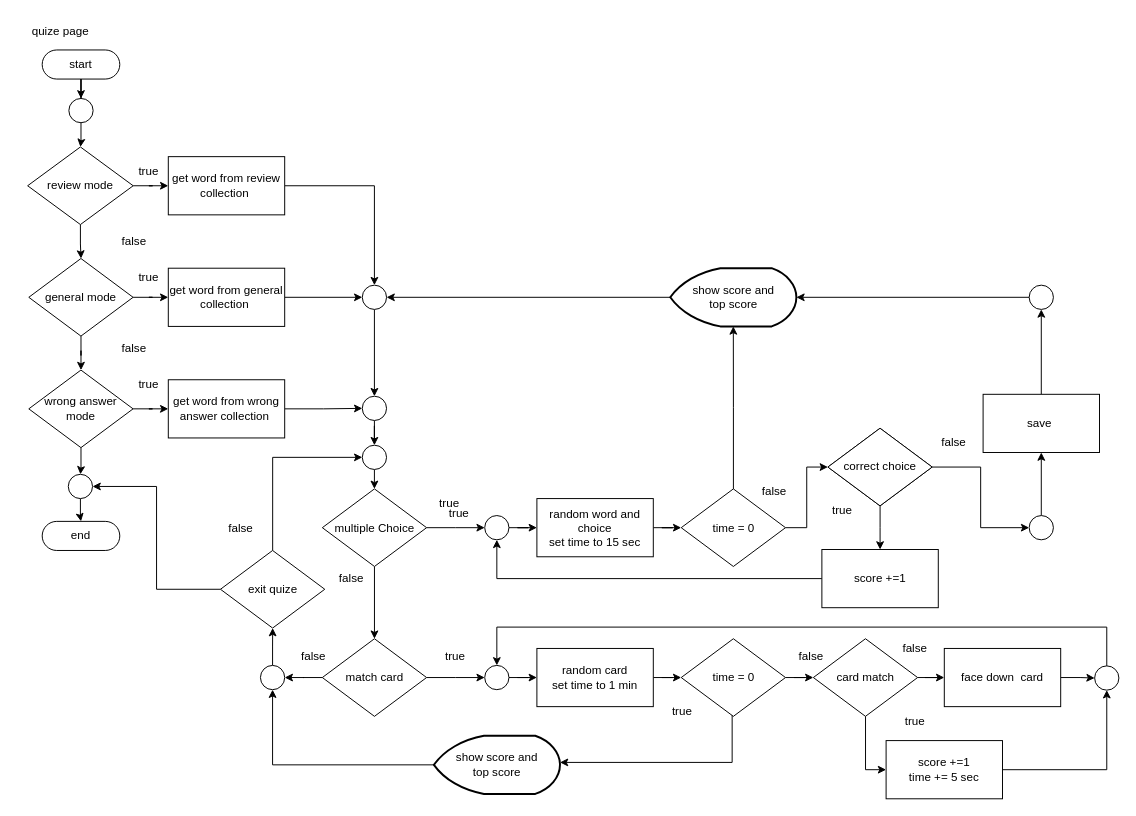
The draw.io diagram page "หน้า-3" (3 of 4) of FowChart.drawio in RachataS/translate_quize_demo, before the edit. Source tidied: cells renumbered, new cells numbered last; positions are measured from the earlier drawing's top-left corner, leaving out a move shared by most shapes. Both pictures are drawn from the tidied source at 97%, with x=0, y=0 at pixel (16, 16).
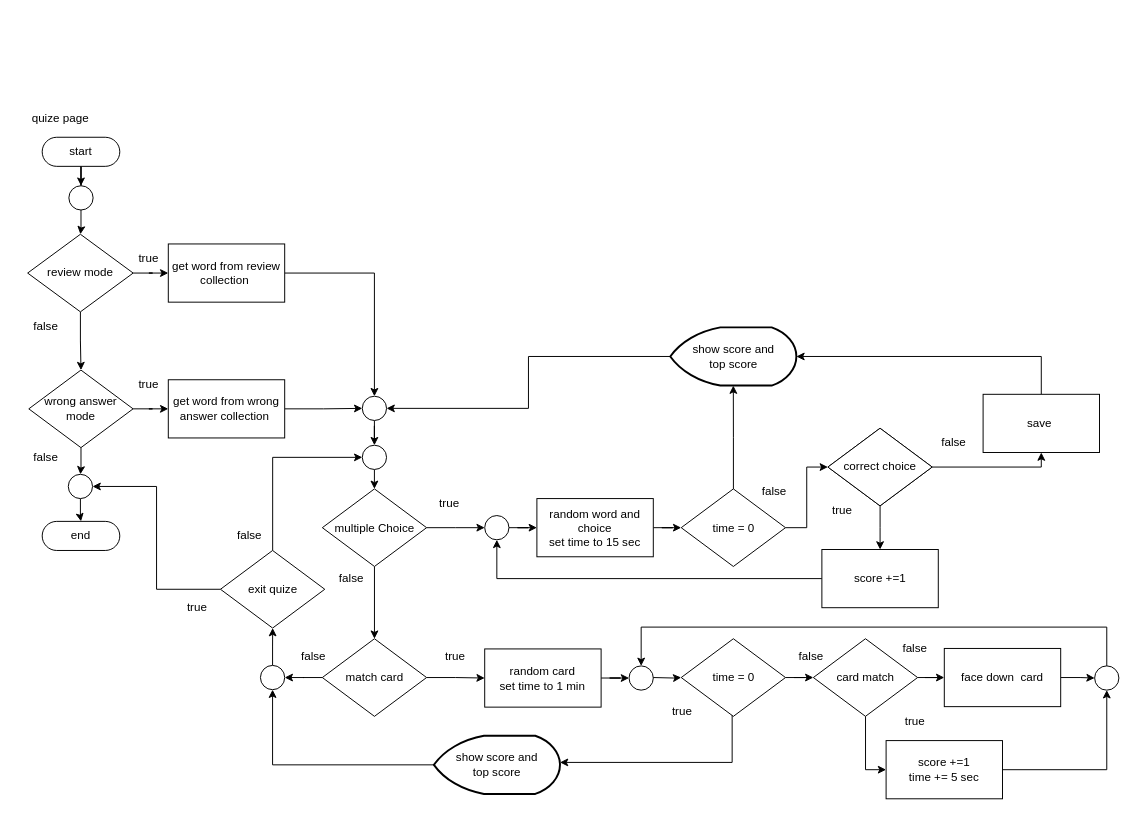
The same diagram, later.

Unchanged cells that the change refers to:
```xml
<mxCell id="16" value="wrong answer mode" style="rhombus;whiteSpace=wrap;html=1;dashed=0;" parent="1" vertex="1">
  <mxGeometry x="12.2" y="364" width="107.5" height="80" as="geometry" />
</mxCell>
<mxCell id="30" style="ellipse;whiteSpace=wrap;html=1;dashed=0;" parent="1" vertex="1">
  <mxGeometry x="356" y="391" width="25" height="25" as="geometry" />
</mxCell>
<mxCell id="36" value="match card" style="rhombus;whiteSpace=wrap;html=1;dashed=0;" parent="1" vertex="1">
  <mxGeometry x="314.8" y="641" width="107.5" height="80" as="geometry" />
</mxCell>
<mxCell id="54" value="correct choice" style="rhombus;whiteSpace=wrap;html=1;dashed=0;" parent="1" vertex="1">
  <mxGeometry x="836" y="424" width="107.5" height="80" as="geometry" />
</mxCell>
<mxCell id="58" value="save&amp;nbsp;" style="whiteSpace=wrap;html=1;dashed=0;" parent="1" vertex="1">
  <mxGeometry x="996" y="389" width="120" height="60" as="geometry" />
</mxCell>
<mxCell id="83" value="time = 0" style="rhombus;whiteSpace=wrap;html=1;dashed=0;" parent="1" vertex="1">
  <mxGeometry x="684.8" y="641" width="107.5" height="80" as="geometry" />
</mxCell>
<mxCell id="90" style="ellipse;whiteSpace=wrap;html=1;dashed=0;" parent="1" vertex="1">
  <mxGeometry x="1111" y="669" width="25" height="25" as="geometry" />
</mxCell>
```

Change to the diagram source:
```diff
@@
     <mxCell id="2" value="quize page" style="text;html=1;strokeColor=none;fillColor=none;align=center;verticalAlign=middle;whiteSpace=wrap;rounded=0;" parent="1" vertex="1">
-      <mxGeometry width="90" height="30" as="geometry" />
+      <mxGeometry y="90" width="90" height="30" as="geometry" />
     </mxCell>
@@
     <mxCell id="4" value="start" style="html=1;dashed=0;whiteSpace=wrap;shape=mxgraph.dfd.start;" parent="1" vertex="1">
-      <mxGeometry x="26" y="34" width="80" height="30" as="geometry" />
+      <mxGeometry x="26" y="124" width="80" height="30" as="geometry" />
     </mxCell>
@@
     <mxCell id="6" style="ellipse;whiteSpace=wrap;html=1;dashed=0;" parent="1" vertex="1">
-      <mxGeometry x="53.5" y="84" width="25" height="25" as="geometry" />
+      <mxGeometry x="53.5" y="174" width="25" height="25" as="geometry" />
     </mxCell>
-    <mxCell id="7" style="edgeStyle=orthogonalEdgeStyle;rounded=0;jettySize=auto;html=1;" parent="1" edge="1" source="9" target="12">
-      <mxGeometry relative="1" as="geometry" />
-    </mxCell>
@@
+    <mxCell id="99" style="edgeStyle=orthogonalEdgeStyle;rounded=0;jettySize=auto;html=1;" parent="1" edge="1" source="9" target="16">
+      <mxGeometry relative="1" as="geometry" />
+    </mxCell>
     <mxCell id="9" value="review mode" style="rhombus;whiteSpace=wrap;html=1;dashed=0;" parent="1" vertex="1">
-      <mxGeometry x="11" y="134" width="108.8" height="80" as="geometry" />
+      <mxGeometry x="11" y="224" width="108.8" height="80" as="geometry" />
     </mxCell>
-    <mxCell id="10" style="edgeStyle=orthogonalEdgeStyle;rounded=0;jettySize=auto;html=1;" parent="1" edge="1" source="12" target="16">
-      <mxGeometry relative="1" as="geometry" />
-    </mxCell>
-    <mxCell id="11" style="edgeStyle=orthogonalEdgeStyle;rounded=0;jettySize=auto;html=1;" parent="1" edge="1" source="12" target="21">
-      <mxGeometry relative="1" as="geometry" />
-    </mxCell>
-    <mxCell id="12" value="general mode" style="rhombus;whiteSpace=wrap;html=1;dashed=0;" parent="1" vertex="1">
-      <mxGeometry x="12.2" y="249" width="107.5" height="80" as="geometry" />
-    </mxCell>
     <mxCell id="13" value="false" style="text;html=1;strokeColor=none;fillColor=none;align=center;verticalAlign=middle;whiteSpace=wrap;rounded=0;" parent="1" vertex="1">
-      <mxGeometry x="91" y="216.5" width="60" height="30" as="geometry" />
+      <mxGeometry y="304" width="60" height="30" as="geometry" />
     </mxCell>
@@
-    <mxCell id="17" value="false" style="text;html=1;strokeColor=none;fillColor=none;align=center;verticalAlign=middle;whiteSpace=wrap;rounded=0;" parent="1" vertex="1">
-      <mxGeometry x="91" y="326.5" width="60" height="30" as="geometry" />
-    </mxCell>
-    <mxCell id="18" style="edgeStyle=orthogonalEdgeStyle;rounded=0;jettySize=auto;html=1;entryX=0.5;entryY=0;entryDx=0;entryDy=0;" parent="1" edge="1" source="19" target="28">
-      <mxGeometry relative="1" as="geometry" />
-    </mxCell>
+    <mxCell id="100" style="edgeStyle=orthogonalEdgeStyle;rounded=0;jettySize=auto;html=1;entryX=0.5;entryY=0;entryDx=0;entryDy=0;" parent="1" edge="1" source="19" target="30">
+      <mxGeometry relative="1" as="geometry" />
+    </mxCell>
     <mxCell id="19" value="get word from review collection&amp;nbsp;" style="whiteSpace=wrap;html=1;dashed=0;" parent="1" vertex="1">
-      <mxGeometry x="156" y="144" width="120" height="60" as="geometry" />
+      <mxGeometry x="156" y="234" width="120" height="60" as="geometry" />
     </mxCell>
-    <mxCell id="20" style="edgeStyle=orthogonalEdgeStyle;rounded=0;jettySize=auto;html=1;entryX=0;entryY=0.5;entryDx=0;entryDy=0;" parent="1" edge="1" source="21" target="28">
-      <mxGeometry relative="1" as="geometry" />
-    </mxCell>
-    <mxCell id="21" value="get word from general collection&amp;nbsp;" style="whiteSpace=wrap;html=1;dashed=0;" parent="1" vertex="1">
-      <mxGeometry x="156" y="259" width="120" height="60" as="geometry" />
-    </mxCell>
@@
     <mxCell id="24" value="true" style="text;html=1;strokeColor=none;fillColor=none;align=center;verticalAlign=middle;whiteSpace=wrap;rounded=0;" parent="1" vertex="1">
-      <mxGeometry x="106" y="144" width="60" height="30" as="geometry" />
+      <mxGeometry x="106" y="234" width="60" height="30" as="geometry" />
     </mxCell>
-    <mxCell id="25" value="true" style="text;html=1;strokeColor=none;fillColor=none;align=center;verticalAlign=middle;whiteSpace=wrap;rounded=0;" parent="1" vertex="1">
-      <mxGeometry x="106" y="254" width="60" height="30" as="geometry" />
-    </mxCell>
@@
-    <mxCell id="27" style="edgeStyle=orthogonalEdgeStyle;rounded=0;jettySize=auto;html=1;" parent="1" edge="1" source="28" target="30">
-      <mxGeometry relative="1" as="geometry" />
-    </mxCell>
-    <mxCell id="28" style="ellipse;whiteSpace=wrap;html=1;dashed=0;" parent="1" vertex="1">
-      <mxGeometry x="356" y="276.5" width="25" height="25" as="geometry" />
-    </mxCell>
@@
-    <mxCell id="34" style="edgeStyle=orthogonalEdgeStyle;rounded=0;jettySize=auto;html=1;" parent="1" edge="1" source="36">
-      <mxGeometry relative="1" as="geometry">
-        <mxPoint x="482.2" y="681" as="targetPoint" />
-      </mxGeometry>
-    </mxCell>
@@
+    <mxCell id="101" style="edgeStyle=orthogonalEdgeStyle;rounded=0;jettySize=auto;html=1;" parent="1" edge="1" source="36" target="80">
+      <mxGeometry relative="1" as="geometry" />
+    </mxCell>
@@
-    <mxCell id="45" style="edgeStyle=orthogonalEdgeStyle;rounded=0;jettySize=auto;html=1;" parent="1" edge="1" source="46" target="80">
-      <mxGeometry relative="1" as="geometry" />
-    </mxCell>
     <mxCell id="46" style="ellipse;whiteSpace=wrap;html=1;dashed=0;" parent="1" vertex="1">
-      <mxGeometry x="482.2" y="668.5" width="25" height="25" as="geometry" />
+      <mxGeometry x="631" y="669" width="25" height="25" as="geometry" />
     </mxCell>
@@
-    <mxCell id="52" style="edgeStyle=orthogonalEdgeStyle;rounded=0;jettySize=auto;html=1;entryX=0;entryY=0.5;entryDx=0;entryDy=0;" parent="1" edge="1" source="54" target="56">
-      <mxGeometry relative="1" as="geometry" />
-    </mxCell>
@@
+    <mxCell id="102" style="edgeStyle=orthogonalEdgeStyle;rounded=0;jettySize=auto;html=1;entryX=0.5;entryY=1;entryDx=0;entryDy=0;" parent="1" edge="1" source="54" target="58">
+      <mxGeometry relative="1" as="geometry">
+        <Array as="points">
+          <mxPoint x="1056" y="464" />
+        </Array>
+      </mxGeometry>
+    </mxCell>
@@
-    <mxCell id="55" style="edgeStyle=orthogonalEdgeStyle;rounded=0;jettySize=auto;html=1;" parent="1" edge="1" source="56" target="58">
-      <mxGeometry relative="1" as="geometry" />
-    </mxCell>
-    <mxCell id="56" style="ellipse;whiteSpace=wrap;html=1;dashed=0;" parent="1" vertex="1">
-      <mxGeometry x="1043.5" y="514" width="25" height="25" as="geometry" />
-    </mxCell>
-    <mxCell id="57" style="edgeStyle=orthogonalEdgeStyle;rounded=0;jettySize=auto;html=1;" parent="1" edge="1" source="58" target="69">
-      <mxGeometry relative="1" as="geometry" />
-    </mxCell>
+    <mxCell id="103" style="edgeStyle=orthogonalEdgeStyle;rounded=0;jettySize=auto;html=1;entryX=1;entryY=0.5;entryDx=0;entryDy=0;entryPerimeter=0;" parent="1" edge="1" source="58" target="63">
+      <mxGeometry relative="1" as="geometry">
+        <Array as="points">
+          <mxPoint x="1056" y="350" />
+        </Array>
+      </mxGeometry>
+    </mxCell>
@@
-    <mxCell id="62" style="edgeStyle=orthogonalEdgeStyle;rounded=0;jettySize=auto;html=1;entryX=1;entryY=0.5;entryDx=0;entryDy=0;" parent="1" edge="1" source="63" target="28">
-      <mxGeometry relative="1" as="geometry" />
-    </mxCell>
+    <mxCell id="104" style="edgeStyle=orthogonalEdgeStyle;rounded=0;jettySize=auto;html=1;entryX=1;entryY=0.5;entryDx=0;entryDy=0;" parent="1" edge="1" source="63" target="30">
+      <mxGeometry relative="1" as="geometry" />
+    </mxCell>
     <mxCell id="63" value="show score and &lt;br&gt;top score" style="strokeWidth=2;html=1;shape=mxgraph.flowchart.display;whiteSpace=wrap;" parent="1" vertex="1">
-      <mxGeometry x="673.5" y="259" width="130" height="60" as="geometry" />
+      <mxGeometry x="673.5" y="320" width="130" height="60" as="geometry" />
     </mxCell>
@@
-    <mxCell id="68" style="edgeStyle=orthogonalEdgeStyle;rounded=0;jettySize=auto;html=1;" parent="1" edge="1" source="69" target="63">
-      <mxGeometry relative="1" as="geometry" />
-    </mxCell>
-    <mxCell id="69" style="ellipse;whiteSpace=wrap;html=1;dashed=0;" parent="1" vertex="1">
-      <mxGeometry x="1043.5" y="276.5" width="25" height="25" as="geometry" />
-    </mxCell>
@@
-    <mxCell id="79" style="edgeStyle=orthogonalEdgeStyle;rounded=0;jettySize=auto;html=1;" parent="1" edge="1" source="80" target="83">
-      <mxGeometry relative="1" as="geometry" />
+    <mxCell id="79" style="edgeStyle=orthogonalEdgeStyle;rounded=0;jettySize=auto;html=1;" parent="1" edge="1" target="83">
+      <mxGeometry relative="1" as="geometry">
+        <mxPoint x="656" y="681" as="sourcePoint" />
+      </mxGeometry>
     </mxCell>
-    <mxCell id="80" value="random card&lt;br&gt;set time to 1 min" style="whiteSpace=wrap;html=1;dashed=0;" parent="1" vertex="1">
-      <mxGeometry x="536" y="651" width="120" height="60" as="geometry" />
-    </mxCell>
@@
     <mxCell id="89" style="edgeStyle=orthogonalEdgeStyle;rounded=0;jettySize=auto;html=1;entryX=0.5;entryY=0;entryDx=0;entryDy=0;" parent="1" edge="1" source="90" target="46">
       <mxGeometry relative="1" as="geometry">
         <Array as="points">
           <mxPoint x="1124" y="629" />
-          <mxPoint x="495" y="629" />
+          <mxPoint x="643" y="629" />
+          <mxPoint x="643" y="669" />
         </Array>
       </mxGeometry>
     </mxCell>
@@
     <mxCell id="97" value="false" style="text;html=1;strokeColor=none;fillColor=none;align=center;verticalAlign=middle;whiteSpace=wrap;rounded=0;" parent="1" vertex="1">
-      <mxGeometry x="201" y="511.5" width="60" height="30" as="geometry" />
+      <mxGeometry x="209.8" y="520" width="60" height="30" as="geometry" />
     </mxCell>
-    <mxCell id="98" value="true" style="text;html=1;strokeColor=none;fillColor=none;align=center;verticalAlign=middle;whiteSpace=wrap;rounded=0;" parent="1" vertex="1">
-      <mxGeometry x="426" y="496.5" width="60" height="30" as="geometry" />
-    </mxCell>
+    <mxCell id="17" value="false" style="text;html=1;strokeColor=none;fillColor=none;align=center;verticalAlign=middle;whiteSpace=wrap;rounded=0;" parent="1" vertex="1">
+      <mxGeometry y="439" width="60" height="30" as="geometry" />
+    </mxCell>
+    <mxCell id="105" value="true" style="text;html=1;strokeColor=none;fillColor=none;align=center;verticalAlign=middle;whiteSpace=wrap;rounded=0;" parent="1" vertex="1">
+      <mxGeometry x="156" y="594" width="60" height="30" as="geometry" />
+    </mxCell>
+    <mxCell id="106" style="edgeStyle=orthogonalEdgeStyle;rounded=0;jettySize=auto;html=1;entryX=0;entryY=0.5;entryDx=0;entryDy=0;" parent="1" edge="1" source="80" target="46">
+      <mxGeometry relative="1" as="geometry" />
+    </mxCell>
+    <mxCell id="80" value="random card&lt;br&gt;set time to 1 min" style="whiteSpace=wrap;html=1;dashed=0;" parent="1" vertex="1">
+      <mxGeometry x="482.2" y="651.5" width="120" height="60" as="geometry" />
+    </mxCell>
```
